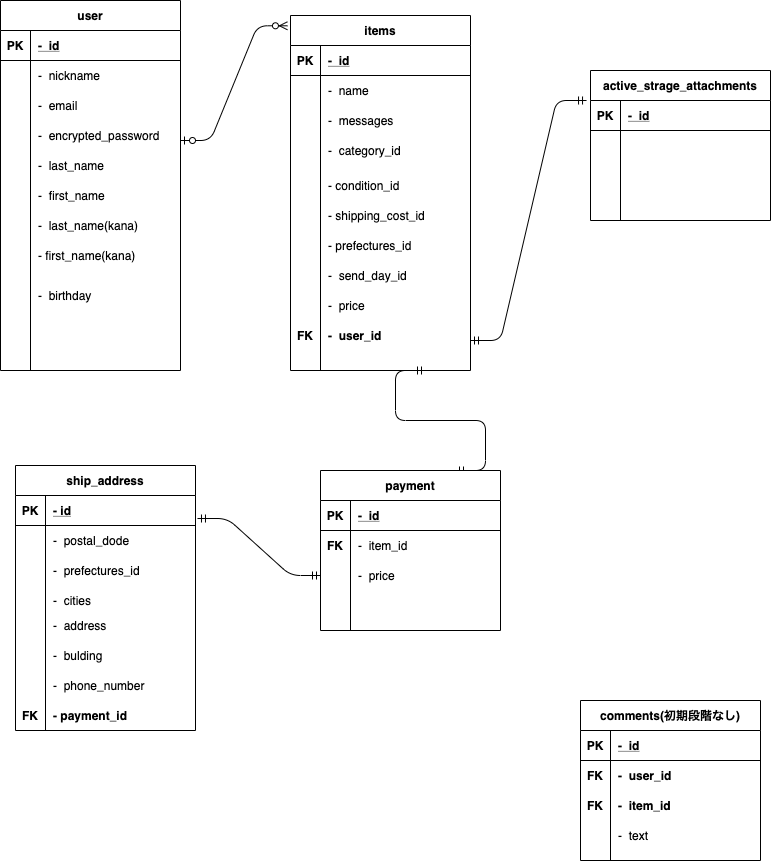
Earlier version of the draw.io export furima.app.png (AkikoShinohara/furima_28752). Source tidied: cells renumbered, new cells last; positions are measured from the earlier drawing's top-left corner, leaving out a move shared by most shapes.
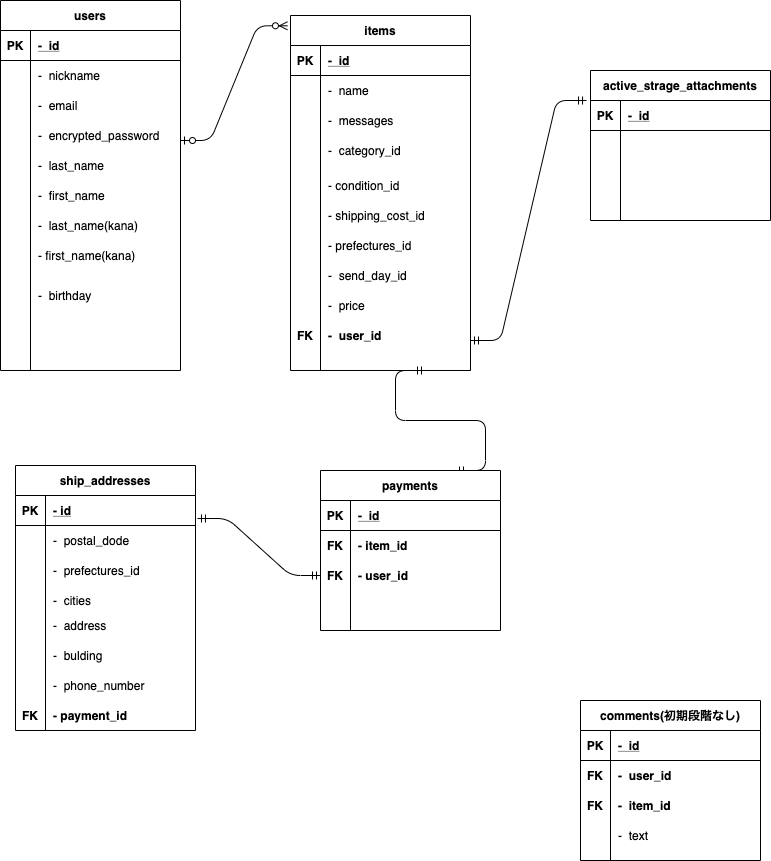
The same file after the commit.

Commit message:
データベース設計記述＆ERD！訂正２！

Diff of the diagram source:
```diff
@@ -2,7 +2,7 @@
   <root>
     <mxCell id="0" />
     <mxCell id="1" parent="0" />
-    <mxCell id="2" value="user" style="shape=table;startSize=30;rowLines=0;fontStyle=1;align=center;" parent="1" vertex="1">
+    <mxCell id="2" value="users" style="shape=table;startSize=30;rowLines=0;fontStyle=1;align=center;" parent="1" vertex="1">
       <mxGeometry width="180" height="370" as="geometry" />
     </mxCell>
     <mxCell id="3" style="shape=partialRectangle;fillColor=none;top=0;left=0;bottom=1;right=0;" parent="2" vertex="1">
@@ -138,7 +138,7 @@
     <mxCell id="45" value="-  category_id" style="shape=partialRectangle;fillColor=none;top=0;left=0;bottom=0;right=0;align=left;spacingLeft=6;overflow=hidden;" parent="43" vertex="1">
       <mxGeometry x="30" width="150" height="30" as="geometry" />
     </mxCell>
-    <mxCell id="46" value="payment" style="shape=table;startSize=30;rowLines=0;fontStyle=1;align=center;" parent="1" vertex="1">
+    <mxCell id="46" value="payments" style="shape=table;startSize=30;rowLines=0;fontStyle=1;align=center;" parent="1" vertex="1">
       <mxGeometry x="320" y="470" width="180" height="160" as="geometry" />
     </mxCell>
     <mxCell id="47" style="shape=partialRectangle;fillColor=none;top=0;left=0;bottom=1;right=0;" parent="46" vertex="1">
@@ -156,16 +156,16 @@
     <mxCell id="51" value="FK" style="shape=partialRectangle;fillColor=none;top=0;left=0;bottom=0;right=0;overflow=hidden;fontStyle=1;" parent="50" vertex="1">
       <mxGeometry width="30" height="30" as="geometry" />
     </mxCell>
-    <mxCell id="52" value="-  item_id" style="shape=partialRectangle;fillColor=none;top=0;left=0;bottom=0;right=0;align=left;spacingLeft=6;overflow=hidden;" parent="50" vertex="1">
+    <mxCell id="52" value="- item_id" style="shape=partialRectangle;fillColor=none;top=0;left=0;bottom=0;right=0;align=left;spacingLeft=6;overflow=hidden;fontStyle=1;" parent="50" vertex="1">
       <mxGeometry x="30" width="150" height="30" as="geometry" />
     </mxCell>
     <mxCell id="53" style="shape=partialRectangle;fillColor=none;top=0;left=0;bottom=0;right=0;points=[[0,0.5],[1,0.5]];portConstraint=eastwest;" parent="46" vertex="1">
       <mxGeometry y="90" width="180" height="30" as="geometry" />
     </mxCell>
-    <mxCell id="54" style="shape=partialRectangle;fillColor=none;top=0;left=0;bottom=0;right=0;overflow=hidden;" parent="53" vertex="1">
+    <mxCell id="54" value="FK" style="shape=partialRectangle;fillColor=none;top=0;left=0;bottom=0;right=0;overflow=hidden;fontStyle=1;" parent="53" vertex="1">
       <mxGeometry width="30" height="30" as="geometry" />
     </mxCell>
-    <mxCell id="55" value="-  price" style="shape=partialRectangle;fillColor=none;top=0;left=0;bottom=0;right=0;align=left;spacingLeft=6;overflow=hidden;" parent="53" vertex="1">
+    <mxCell id="55" value="- user_id" style="shape=partialRectangle;fillColor=none;top=0;left=0;bottom=0;right=0;align=left;spacingLeft=6;overflow=hidden;fontStyle=1;" parent="53" vertex="1">
       <mxGeometry x="30" width="150" height="30" as="geometry" />
     </mxCell>
     <mxCell id="56" style="shape=partialRectangle;fillColor=none;top=0;left=0;bottom=0;right=0;" parent="46" vertex="1">
@@ -267,7 +267,7 @@
     <mxCell id="88" value="FK" style="shape=partialRectangle;fillColor=none;top=0;left=0;bottom=0;right=0;overflow=hidden;fontStyle=1;" parent="1" vertex="1">
       <mxGeometry x="15" y="700" width="30" height="30" as="geometry" />
     </mxCell>
-    <mxCell id="89" value="ship_address" style="shape=table;startSize=30;rowLines=0;fontStyle=1;align=center;" parent="1" vertex="1">
+    <mxCell id="89" value="ship_addresses" style="shape=table;startSize=30;rowLines=0;fontStyle=1;align=center;" parent="1" vertex="1">
       <mxGeometry x="15" y="465" width="180" height="265" as="geometry" />
     </mxCell>
     <mxCell id="90" style="shape=partialRectangle;fillColor=none;top=0;left=0;bottom=1;right=0;points=[[0,0.5],[1,0.5]];portConstraint=eastwest;" parent="89" vertex="1">
```
